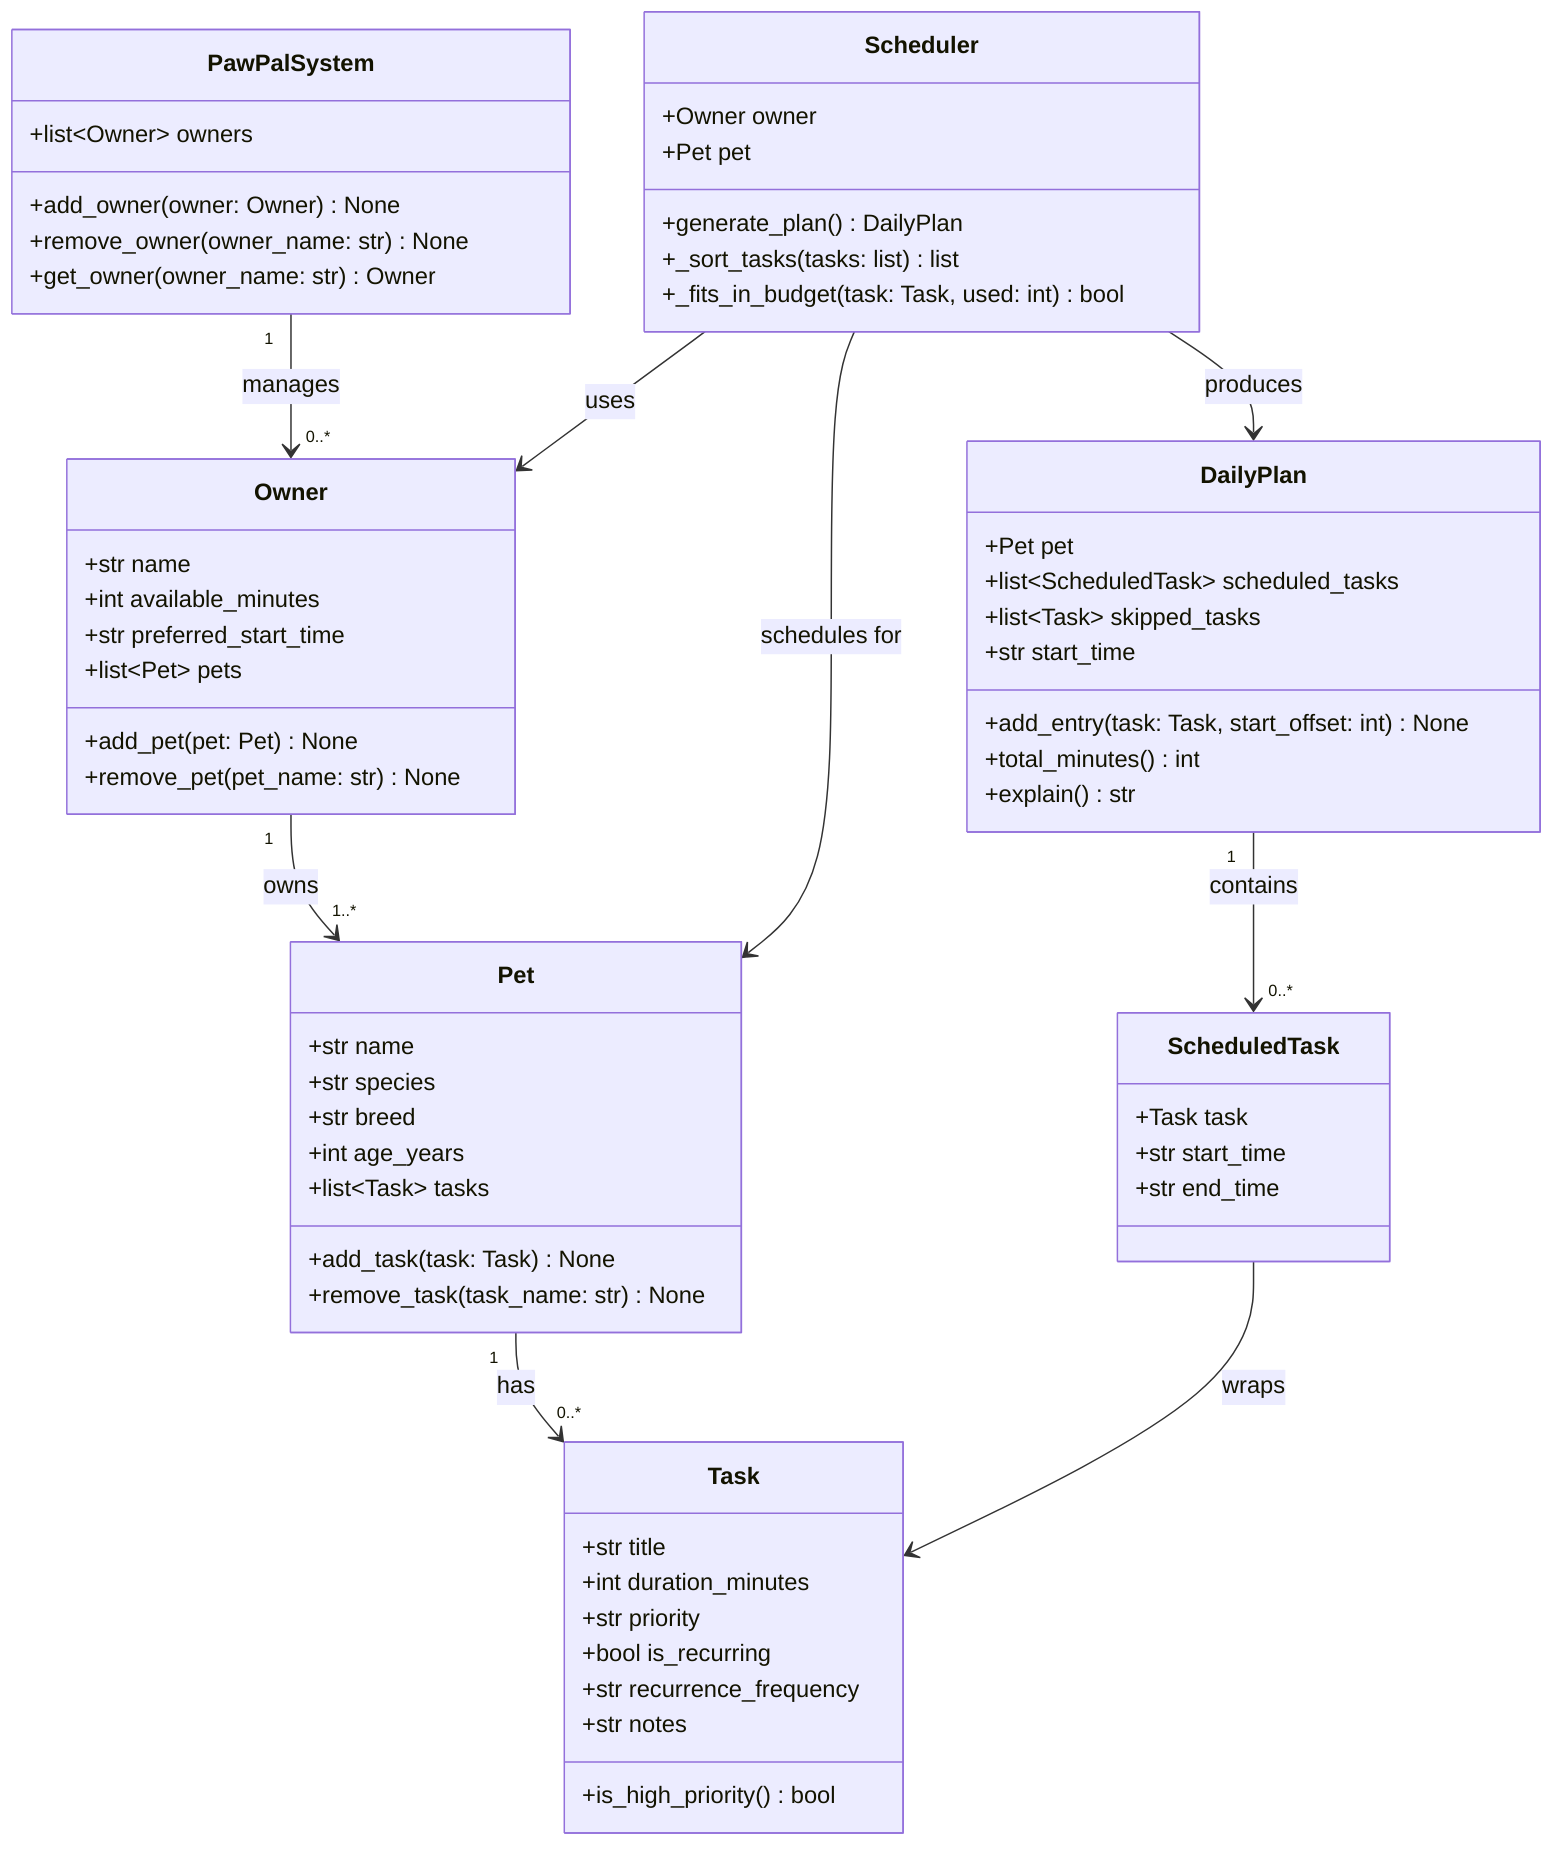
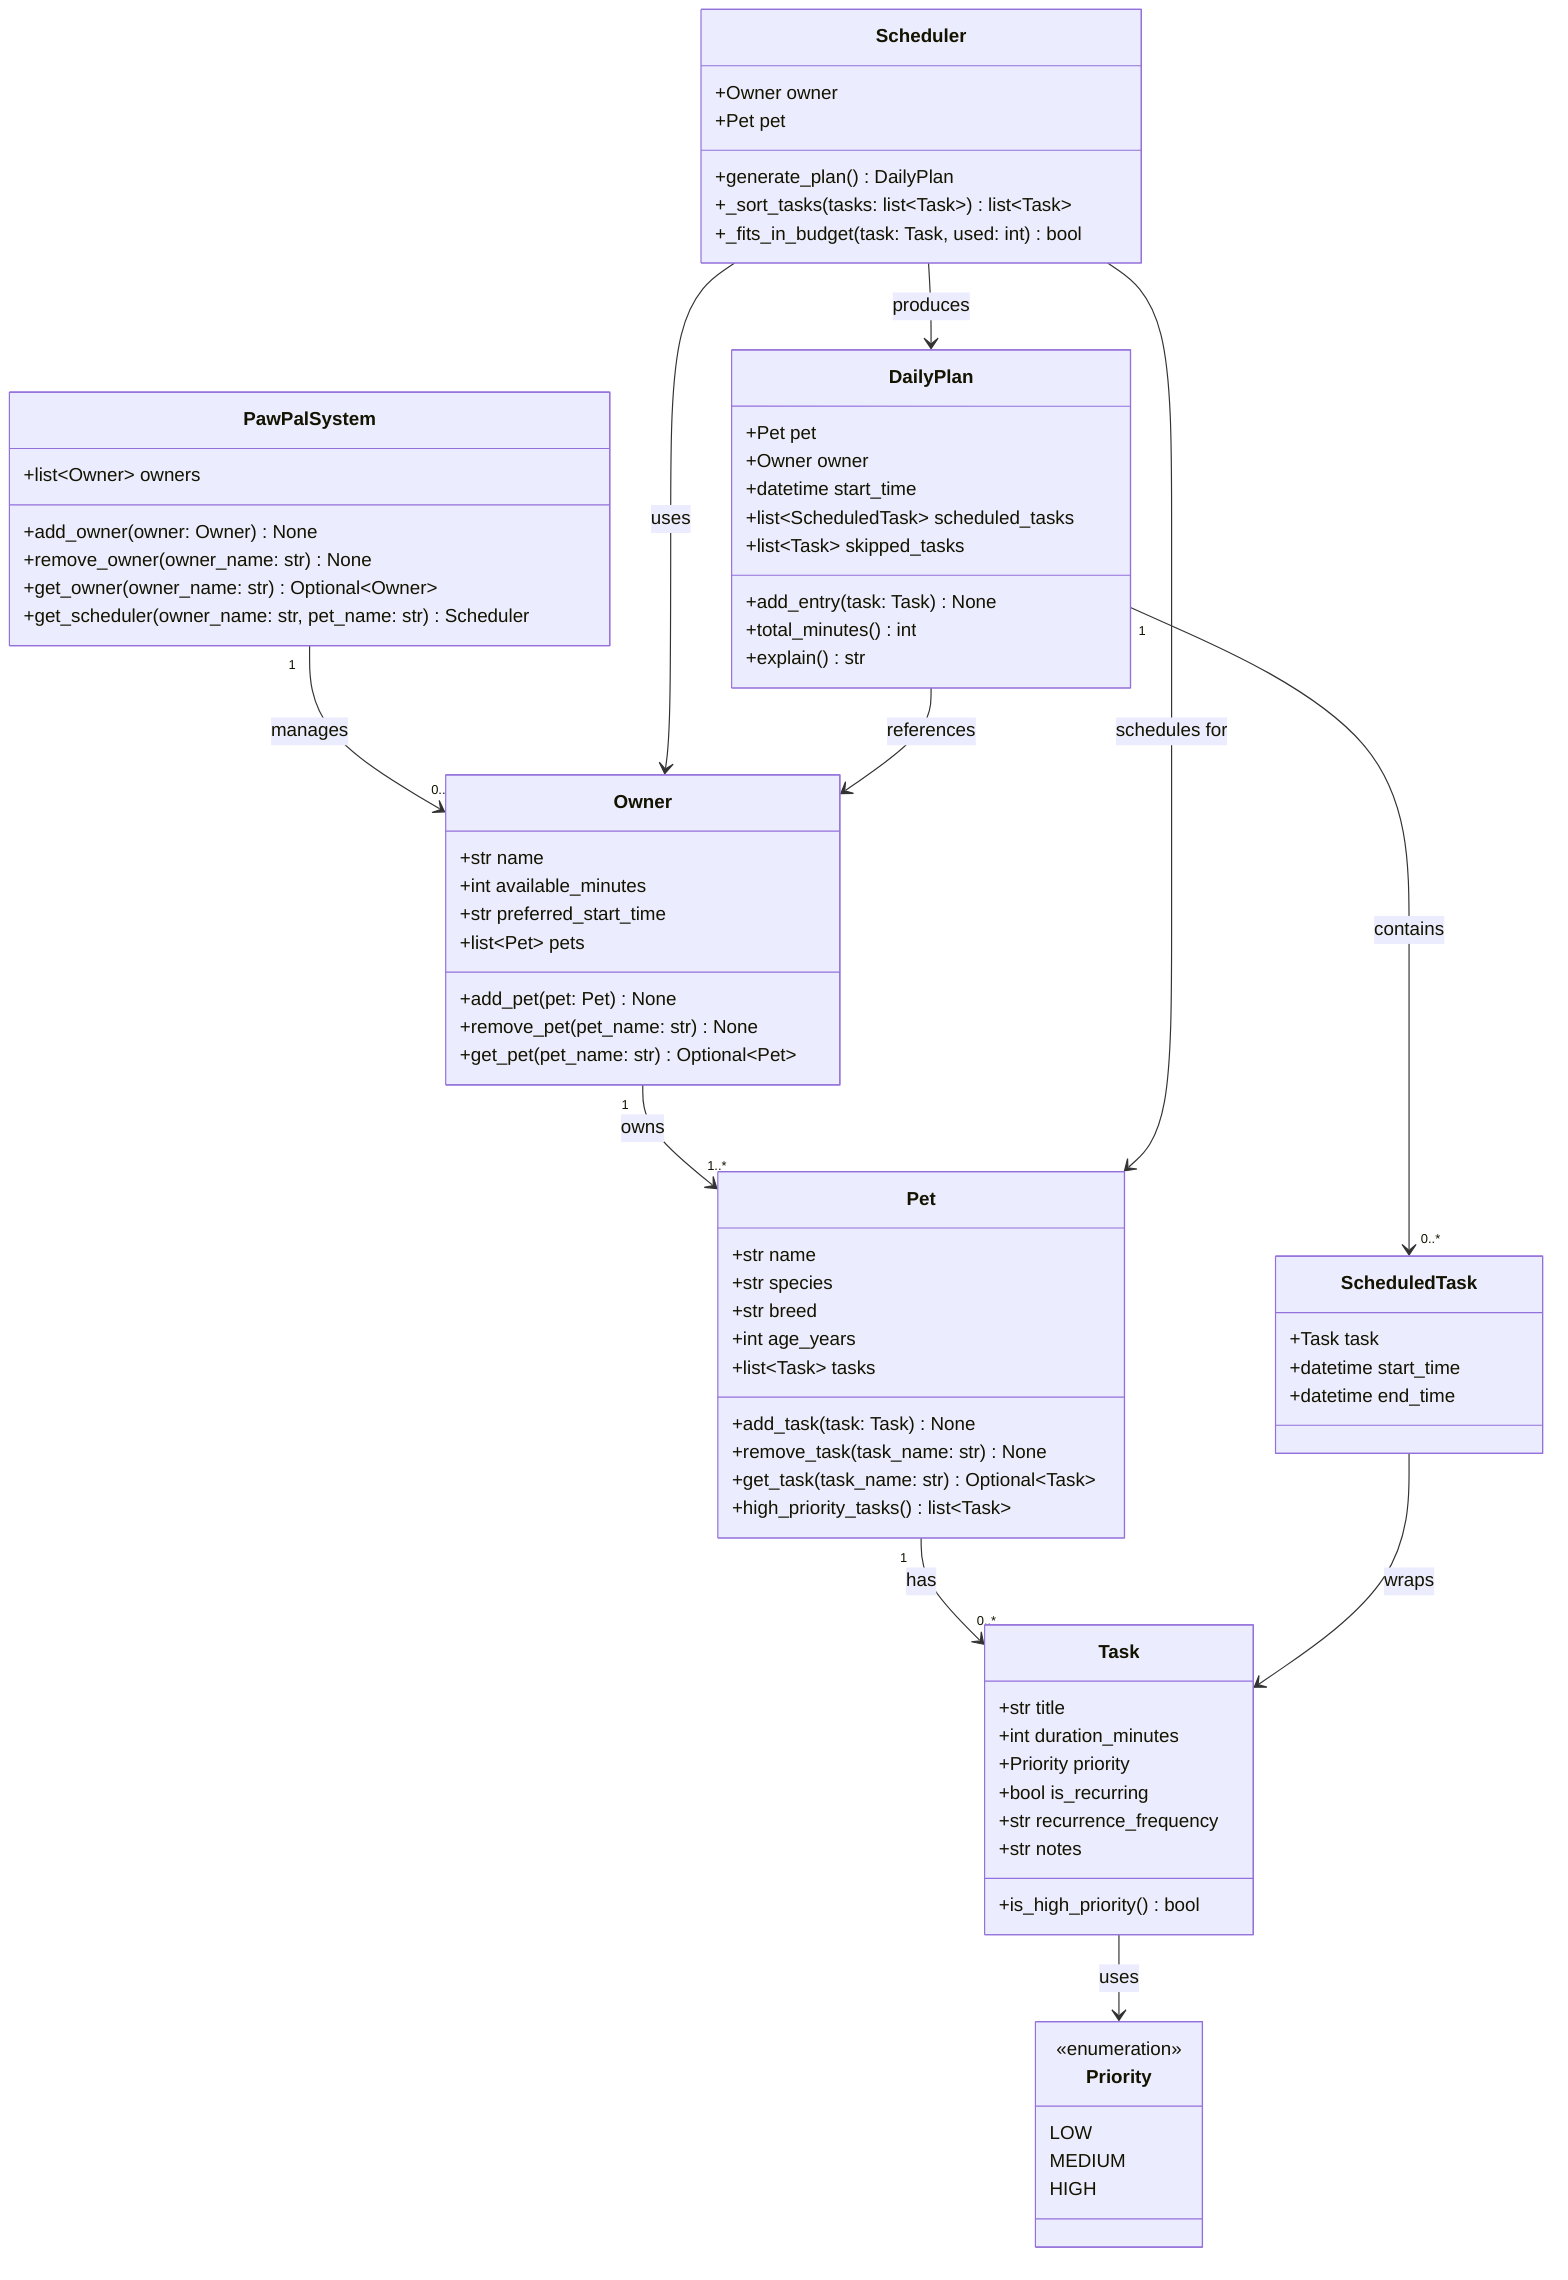
classDiagram
    class PawPalSystem {
        +list~Owner~ owners
        +add_owner(owner: Owner) None
        +remove_owner(owner_name: str) None
-         +get_owner(owner_name: str) Owner
+         +get_owner(owner_name: str) Optional~Owner~
+         +get_scheduler(owner_name: str, pet_name: str) Scheduler
    }

    class Owner {
        +str name
        +int available_minutes
        +str preferred_start_time
        +list~Pet~ pets
        +add_pet(pet: Pet) None
        +remove_pet(pet_name: str) None
+         +get_pet(pet_name: str) Optional~Pet~
    }

    class Pet {
        +str name
        +str species
        +str breed
        +int age_years
        +list~Task~ tasks
        +add_task(task: Task) None
        +remove_task(task_name: str) None
+         +get_task(task_name: str) Optional~Task~
+         +high_priority_tasks() list~Task~
+     }
+ 
+     class Priority {
+         <<enumeration>>
+         LOW
+         MEDIUM
+         HIGH
    }

    class Task {
        +str title
        +int duration_minutes
-         +str priority
+         +Priority priority
        +bool is_recurring
        +str recurrence_frequency
        +str notes
        +is_high_priority() bool
    }

    class Scheduler {
        +Owner owner
        +Pet pet
        +generate_plan() DailyPlan
-         +_sort_tasks(tasks: list) list
+         +_sort_tasks(tasks: list~Task~) list~Task~
        +_fits_in_budget(task: Task, used: int) bool
    }

    class DailyPlan {
        +Pet pet
+         +Owner owner
+         +datetime start_time
        +list~ScheduledTask~ scheduled_tasks
        +list~Task~ skipped_tasks
-         +str start_time
-         +add_entry(task: Task, start_offset: int) None
+         +add_entry(task: Task) None
        +total_minutes() int
        +explain() str
    }

    class ScheduledTask {
        +Task task
-         +str start_time
-         +str end_time
+         +datetime start_time
+         +datetime end_time
    }

    PawPalSystem "1" --> "0..*" Owner : manages
    Owner "1" --> "1..*" Pet : owns
    Pet "1" --> "0..*" Task : has
+     Task --> Priority : uses
    Scheduler --> Owner : uses
    Scheduler --> Pet : schedules for
    Scheduler --> DailyPlan : produces
    DailyPlan "1" --> "0..*" ScheduledTask : contains
+     DailyPlan --> Owner : references
    ScheduledTask --> Task : wraps
